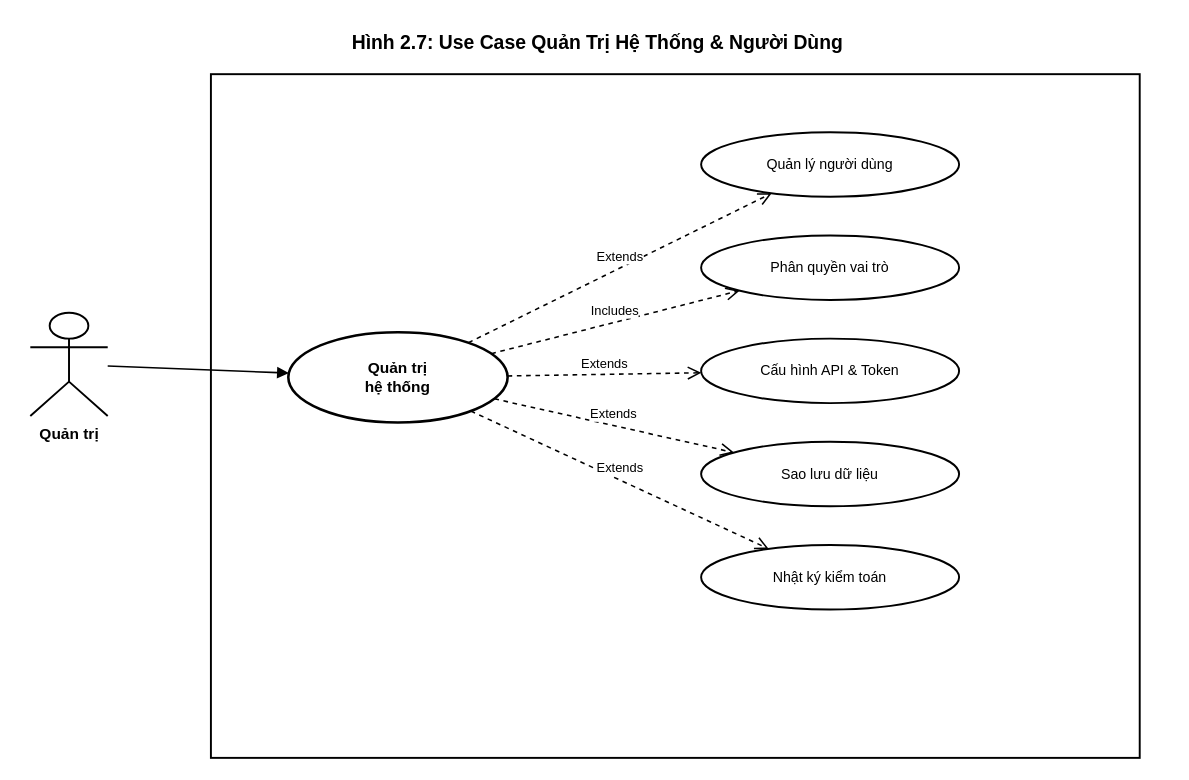
Before: docs/diagrams/UC7_Quan_tri_he_thong.drawio in t5ry7y88889/CongDoanTDMU, a draw.io diagram. Source tidied: cells renumbered, new cells numbered last; positions are measured from the earlier drawing's top-left corner, leaving out a move shared by most shapes. Both pictures are drawn from the tidied source at 129%, with x=0, y=0 at pixel (30, 22).
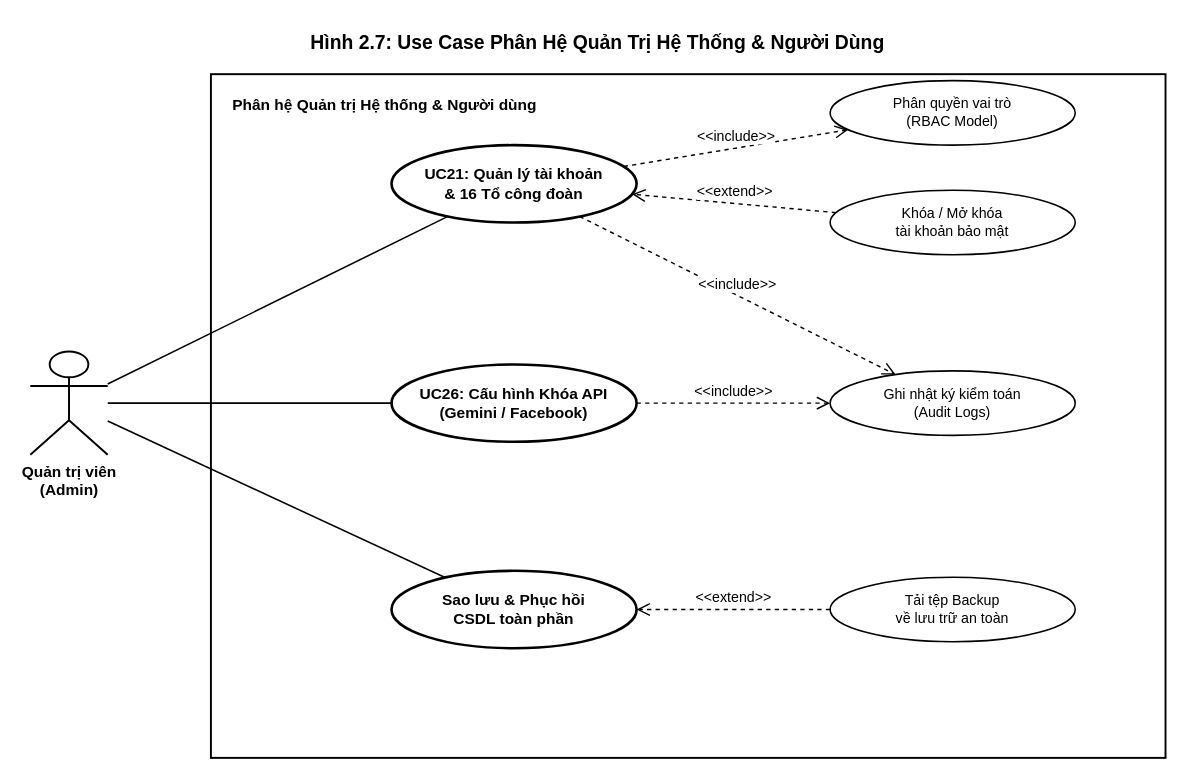
After the change.

Diff of the diagram source:
```diff
@@
 <mxGraphModel background="#ffffff">
   <root>
     <mxCell id="0" />
     <mxCell id="1" parent="0" />
-    <mxCell id="2" value="Hình 2.7: Use Case Quản Trị Hệ Thống &amp; Người Dùng" style="text;html=1;strokeColor=none;fillColor=none;align=center;verticalAlign=middle;whiteSpace=wrap;fontStyle=1;fontSize=15;fontColor=#000000;fontFamily=Arial;" parent="1" vertex="1">
-      <mxGeometry x="90" width="700" height="30" as="geometry" />
-    </mxCell>
-    <mxCell id="3" style="rounded=0;whiteSpace=wrap;html=1;fillColor=none;strokeColor=#000000;strokeWidth=1.5;verticalAlign=top;fontStyle=1;fontSize=13;fontColor=#000000;fontFamily=Arial;" parent="1" vertex="1">
-      <mxGeometry x="140" y="40" width="720" height="530" as="geometry" />
-    </mxCell>
-    <mxCell id="4" value="Quản trị" style="shape=umlActor;verticalLabelPosition=bottom;verticalAlign=top;html=1;outlineConnect=0;fillColor=#ffffff;strokeColor=#000000;strokeWidth=1.5;fontStyle=1;fontSize=12;fontColor=#000000;fontFamily=Arial;" parent="1" vertex="1">
-      <mxGeometry y="225" width="60" height="80" as="geometry" />
-    </mxCell>
-    <mxCell id="5" value="Quản trị&#10;hệ thống" style="ellipse;whiteSpace=wrap;html=1;fillColor=#ffffff;strokeColor=#000000;strokeWidth=2;fontStyle=1;fontSize=12;fontColor=#000000;fontFamily=Arial;" parent="1" vertex="1">
-      <mxGeometry x="200" y="240" width="170" height="70" as="geometry" />
-    </mxCell>
-    <mxCell id="6" style="endArrow=block;endFill=1;strokeWidth=1.2;strokeColor=#000000;" parent="1" edge="1" source="4" target="5">
-      <mxGeometry relative="1" as="geometry" />
-    </mxCell>
-    <mxCell id="7" value="Quản lý người dùng" style="ellipse;whiteSpace=wrap;html=1;fillColor=#ffffff;strokeColor=#000000;strokeWidth=1.5;fontStyle=0;fontSize=11;fontColor=#000000;fontFamily=Arial;" parent="1" vertex="1">
-      <mxGeometry x="520" y="85" width="200" height="50" as="geometry" />
-    </mxCell>
-    <mxCell id="8" value="Extends" style="html=1;verticalAlign=bottom;endArrow=open;dashed=1;endSize=8;rounded=0;strokeWidth=1.2;strokeColor=#000000;fontSize=10;fontColor=#000000;fontFamily=Arial;" parent="1" edge="1" source="5" target="7">
-      <mxGeometry relative="1" as="geometry" />
-    </mxCell>
-    <mxCell id="9" value="Phân quyền vai trò" style="ellipse;whiteSpace=wrap;html=1;fillColor=#ffffff;strokeColor=#000000;strokeWidth=1.5;fontStyle=0;fontSize=11;fontColor=#000000;fontFamily=Arial;" parent="1" vertex="1">
-      <mxGeometry x="520" y="165" width="200" height="50" as="geometry" />
-    </mxCell>
-    <mxCell id="10" value="Includes" style="html=1;verticalAlign=bottom;endArrow=open;dashed=1;endSize=8;rounded=0;strokeWidth=1.2;strokeColor=#000000;fontSize=10;fontColor=#000000;fontFamily=Arial;" parent="1" edge="1" source="5" target="9">
-      <mxGeometry relative="1" as="geometry" />
-    </mxCell>
-    <mxCell id="11" value="Cấu hình API &amp; Token" style="ellipse;whiteSpace=wrap;html=1;fillColor=#ffffff;strokeColor=#000000;strokeWidth=1.5;fontStyle=0;fontSize=11;fontColor=#000000;fontFamily=Arial;" parent="1" vertex="1">
-      <mxGeometry x="520" y="245" width="200" height="50" as="geometry" />
-    </mxCell>
-    <mxCell id="12" value="Extends" style="html=1;verticalAlign=bottom;endArrow=open;dashed=1;endSize=8;rounded=0;strokeWidth=1.2;strokeColor=#000000;fontSize=10;fontColor=#000000;fontFamily=Arial;" parent="1" edge="1" source="5" target="11">
-      <mxGeometry relative="1" as="geometry" />
-    </mxCell>
-    <mxCell id="13" value="Sao lưu dữ liệu" style="ellipse;whiteSpace=wrap;html=1;fillColor=#ffffff;strokeColor=#000000;strokeWidth=1.5;fontStyle=0;fontSize=11;fontColor=#000000;fontFamily=Arial;" parent="1" vertex="1">
-      <mxGeometry x="520" y="325" width="200" height="50" as="geometry" />
-    </mxCell>
-    <mxCell id="14" value="Extends" style="html=1;verticalAlign=bottom;endArrow=open;dashed=1;endSize=8;rounded=0;strokeWidth=1.2;strokeColor=#000000;fontSize=10;fontColor=#000000;fontFamily=Arial;" parent="1" edge="1" source="5" target="13">
-      <mxGeometry relative="1" as="geometry" />
-    </mxCell>
-    <mxCell id="15" value="Nhật ký kiểm toán" style="ellipse;whiteSpace=wrap;html=1;fillColor=#ffffff;strokeColor=#000000;strokeWidth=1.5;fontStyle=0;fontSize=11;fontColor=#000000;fontFamily=Arial;" parent="1" vertex="1">
-      <mxGeometry x="520" y="405" width="200" height="50" as="geometry" />
-    </mxCell>
-    <mxCell id="16" value="Extends" style="html=1;verticalAlign=bottom;endArrow=open;dashed=1;endSize=8;rounded=0;strokeWidth=1.2;strokeColor=#000000;fontSize=10;fontColor=#000000;fontFamily=Arial;" parent="1" edge="1" source="5" target="15">
-      <mxGeometry relative="1" as="geometry" />
-    </mxCell>
+    <mxCell id="17" value="Hình 2.7: Use Case Phân Hệ Quản Trị Hệ Thống &amp; Người Dùng" style="text;html=1;strokeColor=none;fillColor=none;align=center;verticalAlign=middle;whiteSpace=wrap;fontStyle=1;fontSize=15;fontColor=#000000;fontFamily=Arial;" parent="1" vertex="1">
+      <mxGeometry x="90" width="700" height="30" as="geometry" />
+    </mxCell>
+    <mxCell id="18" value="Phân hệ Quản trị Hệ thống &amp; Người dùng" style="rounded=0;whiteSpace=wrap;html=1;fillColor=none;strokeColor=#000000;strokeWidth=1.5;verticalAlign=top;align=left;spacingLeft=15;spacingTop=10;fontStyle=1;fontSize=12;fontColor=#000000;fontFamily=Arial;" parent="1" vertex="1">
+      <mxGeometry x="140" y="40" width="740" height="530" as="geometry" />
+    </mxCell>
+    <mxCell id="19" value="Quản trị viên&#10;(Admin)" style="shape=umlActor;verticalLabelPosition=bottom;verticalAlign=top;html=1;outlineConnect=0;fillColor=#ffffff;strokeColor=#000000;strokeWidth=1.5;fontStyle=1;fontSize=12;fontColor=#000000;fontFamily=Arial;" parent="1" vertex="1">
+      <mxGeometry y="255" width="60" height="80" as="geometry" />
+    </mxCell>
+    <mxCell id="20" value="UC21: Quản lý tài khoản&#10;&amp; 16 Tổ công đoàn" style="ellipse;whiteSpace=wrap;html=1;fillColor=#ffffff;strokeColor=#000000;strokeWidth=2;fontStyle=1;fontSize=12;fontColor=#000000;fontFamily=Arial;" parent="1" vertex="1">
+      <mxGeometry x="280" y="95" width="190" height="60" as="geometry" />
+    </mxCell>
+    <mxCell id="21" value="UC26: Cấu hình Khóa API&#10;(Gemini / Facebook)" style="ellipse;whiteSpace=wrap;html=1;fillColor=#ffffff;strokeColor=#000000;strokeWidth=2;fontStyle=1;fontSize=12;fontColor=#000000;fontFamily=Arial;" parent="1" vertex="1">
+      <mxGeometry x="280" y="265" width="190" height="60" as="geometry" />
+    </mxCell>
+    <mxCell id="22" value="Sao lưu &amp; Phục hồi&#10;CSDL toàn phần" style="ellipse;whiteSpace=wrap;html=1;fillColor=#ffffff;strokeColor=#000000;strokeWidth=2;fontStyle=1;fontSize=12;fontColor=#000000;fontFamily=Arial;" parent="1" vertex="1">
+      <mxGeometry x="280" y="425" width="190" height="60" as="geometry" />
+    </mxCell>
+    <mxCell id="23" style="endArrow=none;html=1;strokeWidth=1.2;strokeColor=#000000;" parent="1" edge="1" source="19" target="20">
+      <mxGeometry relative="1" as="geometry" />
+    </mxCell>
+    <mxCell id="24" style="endArrow=none;html=1;strokeWidth=1.2;strokeColor=#000000;" parent="1" edge="1" source="19" target="21">
+      <mxGeometry relative="1" as="geometry" />
+    </mxCell>
+    <mxCell id="25" style="endArrow=none;html=1;strokeWidth=1.2;strokeColor=#000000;" parent="1" edge="1" source="19" target="22">
+      <mxGeometry relative="1" as="geometry" />
+    </mxCell>
+    <mxCell id="26" value="Phân quyền vai trò&#10;(RBAC Model)" style="ellipse;whiteSpace=wrap;html=1;fillColor=#ffffff;strokeColor=#000000;strokeWidth=1.2;fontStyle=0;fontSize=11;fontColor=#000000;fontFamily=Arial;" parent="1" vertex="1">
+      <mxGeometry x="620" y="45" width="190" height="50" as="geometry" />
+    </mxCell>
+    <mxCell id="27" value="Khóa / Mở khóa&#10;tài khoản bảo mật" style="ellipse;whiteSpace=wrap;html=1;fillColor=#ffffff;strokeColor=#000000;strokeWidth=1.2;fontStyle=0;fontSize=11;fontColor=#000000;fontFamily=Arial;" parent="1" vertex="1">
+      <mxGeometry x="620" y="130" width="190" height="50" as="geometry" />
+    </mxCell>
+    <mxCell id="28" value="Ghi nhật ký kiểm toán&#10;(Audit Logs)" style="ellipse;whiteSpace=wrap;html=1;fillColor=#ffffff;strokeColor=#000000;strokeWidth=1.2;fontStyle=0;fontSize=11;fontColor=#000000;fontFamily=Arial;" parent="1" vertex="1">
+      <mxGeometry x="620" y="270" width="190" height="50" as="geometry" />
+    </mxCell>
+    <mxCell id="29" value="Tải tệp Backup&#10;về lưu trữ an toàn" style="ellipse;whiteSpace=wrap;html=1;fillColor=#ffffff;strokeColor=#000000;strokeWidth=1.2;fontStyle=0;fontSize=11;fontColor=#000000;fontFamily=Arial;" parent="1" vertex="1">
+      <mxGeometry x="620" y="430" width="190" height="50" as="geometry" />
+    </mxCell>
+    <mxCell id="30" value="&amp;lt;&amp;lt;include&amp;gt;&amp;gt;" style="html=1;verticalAlign=bottom;endArrow=open;dashed=1;endSize=8;strokeWidth=1.1;strokeColor=#000000;fontSize=11;fontColor=#000000;fontFamily=Arial;labelBackgroundColor=#ffffff;" parent="1" edge="1" source="20" target="26">
+      <mxGeometry relative="1" as="geometry" />
+    </mxCell>
+    <mxCell id="31" value="&amp;lt;&amp;lt;extend&amp;gt;&amp;gt;" style="html=1;verticalAlign=bottom;endArrow=open;dashed=1;endSize=8;strokeWidth=1.1;strokeColor=#000000;fontSize=11;fontColor=#000000;fontFamily=Arial;labelBackgroundColor=#ffffff;" parent="1" edge="1" source="27" target="20">
+      <mxGeometry relative="1" as="geometry" />
+    </mxCell>
+    <mxCell id="32" value="&amp;lt;&amp;lt;include&amp;gt;&amp;gt;" style="html=1;verticalAlign=bottom;endArrow=open;dashed=1;endSize=8;strokeWidth=1.1;strokeColor=#000000;fontSize=11;fontColor=#000000;fontFamily=Arial;labelBackgroundColor=#ffffff;" parent="1" edge="1" source="20" target="28">
+      <mxGeometry relative="1" as="geometry" />
+    </mxCell>
+    <mxCell id="33" value="&amp;lt;&amp;lt;include&amp;gt;&amp;gt;" style="html=1;verticalAlign=bottom;endArrow=open;dashed=1;endSize=8;strokeWidth=1.1;strokeColor=#000000;fontSize=11;fontColor=#000000;fontFamily=Arial;labelBackgroundColor=#ffffff;" parent="1" edge="1" source="21" target="28">
+      <mxGeometry relative="1" as="geometry" />
+    </mxCell>
+    <mxCell id="34" value="&amp;lt;&amp;lt;extend&amp;gt;&amp;gt;" style="html=1;verticalAlign=bottom;endArrow=open;dashed=1;endSize=8;strokeWidth=1.1;strokeColor=#000000;fontSize=11;fontColor=#000000;fontFamily=Arial;labelBackgroundColor=#ffffff;" parent="1" edge="1" source="29" target="22">
+      <mxGeometry relative="1" as="geometry" />
+    </mxCell>
   </root>
 </mxGraphModel>
```
